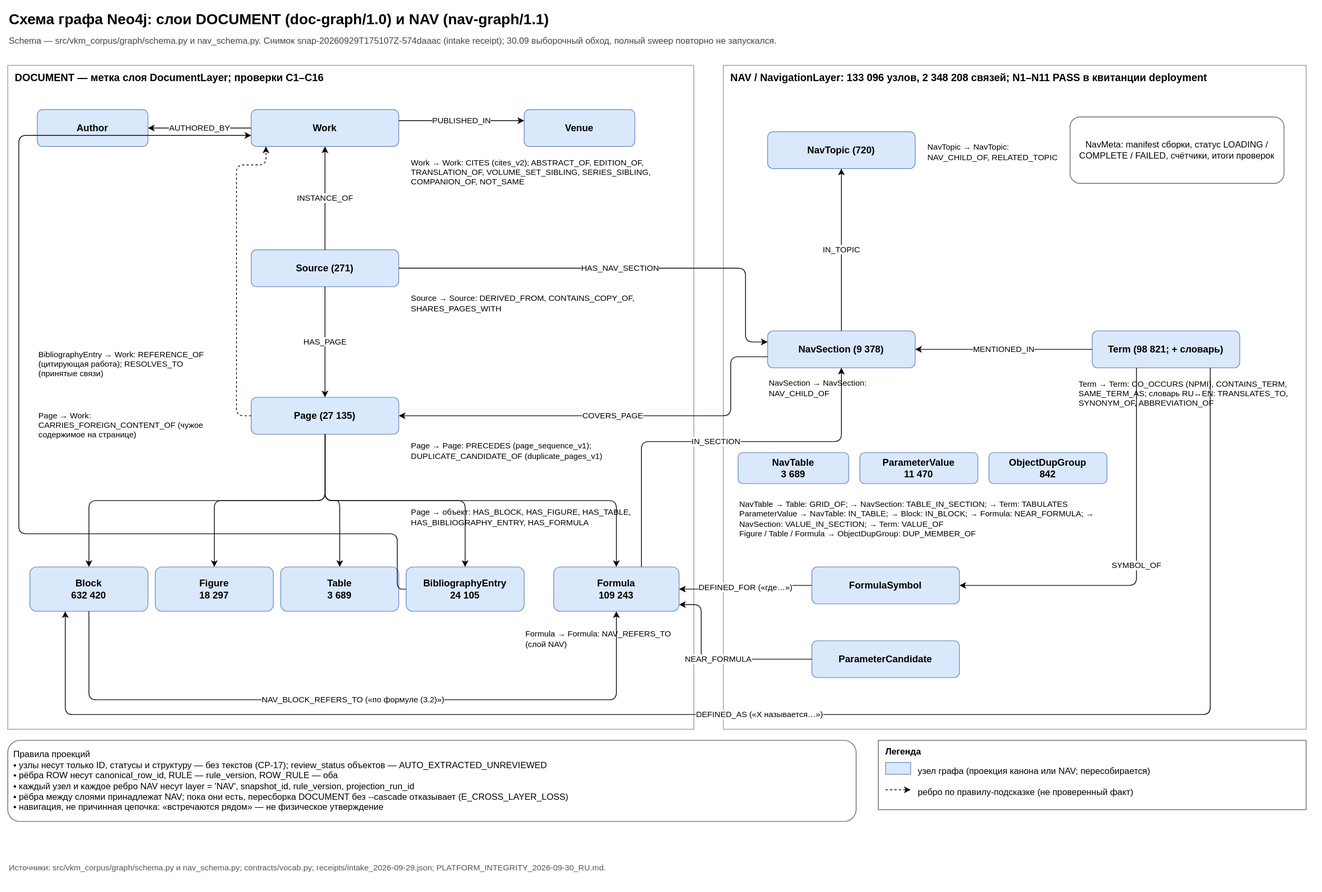
This is docs/diagrams/graph_schema.svg from SUKUNA-AI/vkm-subsidence-forecasting, a draw.io export, as it was before one commit. Source tidied: cells renumbered, new cells last; positions are measured from the earlier drawing's top-left corner, leaving out a move shared by most shapes.
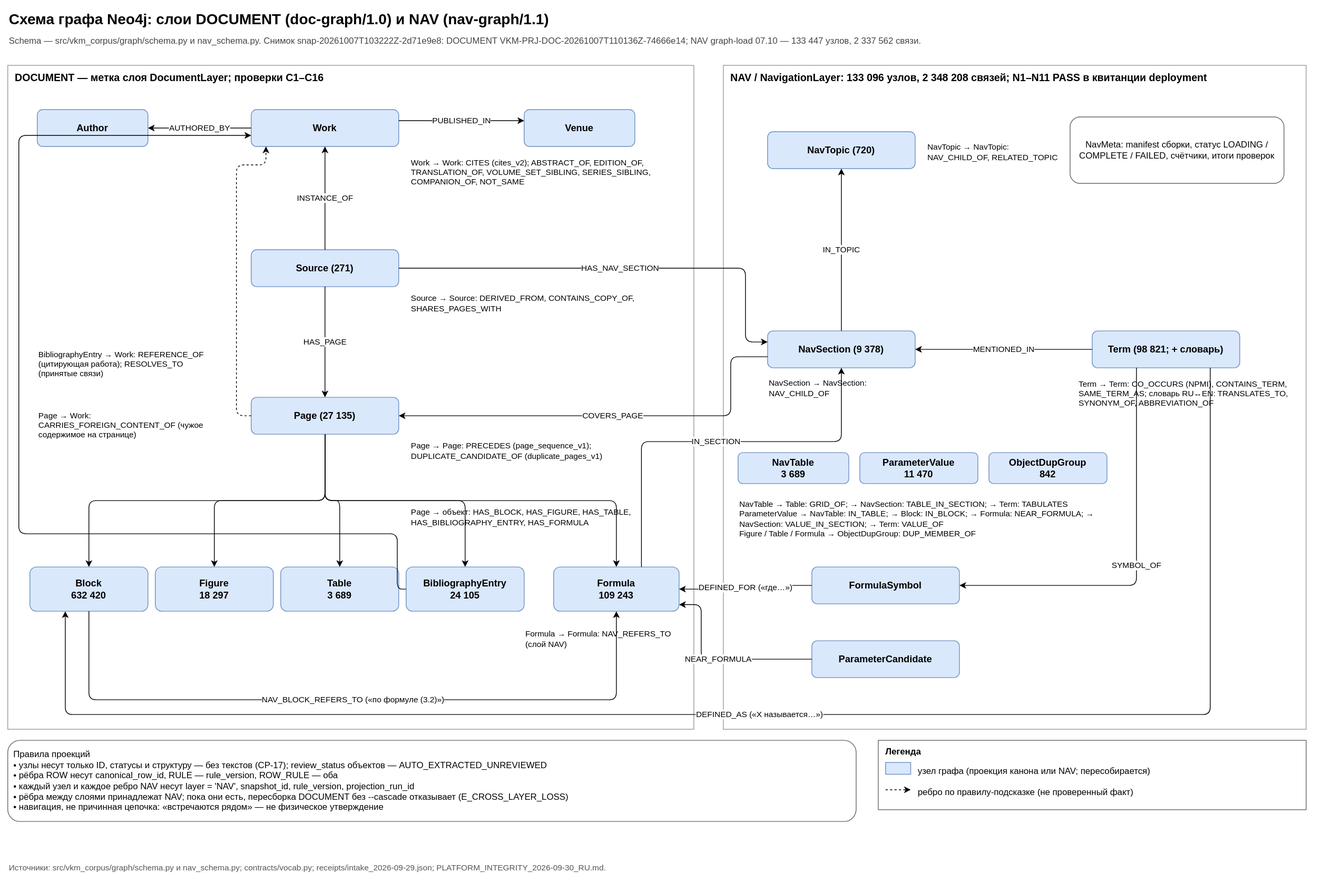
The same diagram one commit later.

Diff of the diagram source:
```diff
@@ -5,7 +5,7 @@
     <mxCell id="2" value="Схема графа Neo4j: слои DOCUMENT (doc-graph/1.0) и NAV (nav-graph/1.1)" style="text;align=left;fontSize=20;fontStyle=1;html=1;verticalAlign=middle;whiteSpace=wrap;" parent="1" vertex="1">
       <mxGeometry width="1760" height="30" as="geometry" />
     </mxCell>
-    <mxCell id="3" value="Schema — src/vkm_corpus/graph/schema.py и nav_schema.py. Снимок snap-20260929T175107Z-574daaac (intake receipt); 30.09 выборочный обход, полный sweep повторно не запускался." style="text;align=left;fontColor=#444444;fontSize=12;html=1;verticalAlign=middle;whiteSpace=wrap;" parent="1" vertex="1">
+    <mxCell id="3" value="Schema — src/vkm_corpus/graph/schema.py и nav_schema.py. Снимок snap-20261007T103222Z-2d71e9e8: DOCUMENT VKM-PRJ-DOC-20261007T110136Z-74666e14; NAV graph-load 07.10 — 133 447 узлов, 2 337 562 связи." style="text;align=left;fontColor=#444444;fontSize=12;html=1;verticalAlign=middle;whiteSpace=wrap;" parent="1" vertex="1">
       <mxGeometry y="32" width="1760" height="25" as="geometry" />
     </mxCell>
     <mxCell id="4" value="DOCUMENT — метка слоя DocumentLayer; проверки C1–C16" style="align=left;dashed=0;fillColor=none;fontSize=14;fontStyle=1;html=1;rounded=0;spacingLeft=8;spacingTop=2;strokeColor=#999999;verticalAlign=top;whiteSpace=wrap;" parent="1" vertex="1">
```
